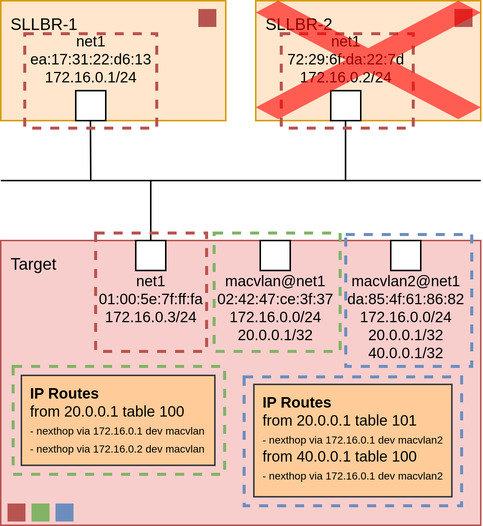
LionelJouin/meridio-2.x keeps this draw.io diagram as docs/resources/diagrams-MACVLAN-2.png. Above is the earlier version. Source tidied: cells renumbered, new cells last; positions are measured from the earlier drawing's top-left corner, leaving out a move shared by most shapes. Its diagram source:
```xml
<mxGraphModel>
  <root>
    <mxCell id="0" />
    <mxCell id="1" parent="0" />
    <mxCell id="2" value="&lt;font style=&quot;font-size: 11px&quot;&gt;SLLBR-1&lt;/font&gt;" style="rounded=0;whiteSpace=wrap;html=1;labelBackgroundColor=none;fontSize=14;align=left;fillColor=#ffe6cc;strokeColor=#d79b00;verticalAlign=top;spacingLeft=5;" parent="1" vertex="1">
      <mxGeometry width="150" height="80" as="geometry" />
    </mxCell>
    <mxCell id="3" value="net1&lt;br&gt;ea:17:31:22:d6:13&lt;br&gt;172.16.0.1/24" style="strokeColor=inherit;fillColor=inherit;gradientColor=inherit;shape=rect;points=[[0,0.5,0]];html=1;align=center;verticalAlign=bottom;labelPosition=center;verticalLabelPosition=top;labelBackgroundColor=none;fontSize=10;paart=1;spacingTop=-5;" parent="1" vertex="1">
      <mxGeometry x="50" y="60" width="20" height="20" as="geometry" />
    </mxCell>
    <mxCell id="4" value="&lt;font style=&quot;font-size: 11px&quot;&gt;Target&lt;/font&gt;" style="rounded=0;whiteSpace=wrap;html=1;labelBackgroundColor=none;fontSize=14;align=left;fillColor=#f8cecc;strokeColor=#b85450;verticalAlign=top;spacingLeft=5;" parent="1" vertex="1">
      <mxGeometry y="160" width="320" height="190" as="geometry" />
    </mxCell>
    <mxCell id="5" value="net1&lt;br&gt;01:00:5e:7f:ff:fa&lt;br&gt;172.16.0.3/24" style="strokeColor=inherit;fillColor=inherit;gradientColor=inherit;shape=rect;html=1;align=center;verticalAlign=top;labelPosition=center;verticalLabelPosition=bottom;labelBackgroundColor=none;fontSize=10;paart=1;spacingTop=-5;" parent="1" vertex="1">
      <mxGeometry x="90" y="160" width="20" height="20" as="geometry" />
    </mxCell>
    <mxCell id="6" value="macvlan@net1&lt;br&gt;02:42:47:ce:3f:37&lt;br&gt;172.16.0.0/24&lt;br&gt;20.0.0.1/32" style="strokeColor=inherit;fillColor=inherit;gradientColor=inherit;shape=rect;html=1;align=center;verticalAlign=top;labelPosition=center;verticalLabelPosition=bottom;labelBackgroundColor=none;fontSize=10;paart=1;spacingTop=-5;" parent="1" vertex="1">
      <mxGeometry x="173" y="160" width="20" height="20" as="geometry" />
    </mxCell>
    <mxCell id="7" style="endArrow=none;html=1;rounded=0;" parent="1" edge="1">
      <mxGeometry relative="1" as="geometry">
        <mxPoint y="120" as="sourcePoint" />
        <mxPoint x="320" y="120" as="targetPoint" />
      </mxGeometry>
    </mxCell>
    <mxCell id="8" style="endArrow=none;html=1;rounded=0;entryX=0.49;entryY=1.006;entryDx=0;entryDy=0;entryPerimeter=0;" parent="1" edge="1" target="3">
      <mxGeometry relative="1" as="geometry">
        <mxPoint x="60" y="120" as="sourcePoint" />
      </mxGeometry>
    </mxCell>
    <mxCell id="9" style="endArrow=none;html=1;rounded=0;entryX=0.49;entryY=1.006;entryDx=0;entryDy=0;entryPerimeter=0;" parent="1" edge="1">
      <mxGeometry relative="1" as="geometry">
        <mxPoint x="100" y="160" as="sourcePoint" />
        <mxPoint x="100" y="120" as="targetPoint" />
      </mxGeometry>
    </mxCell>
    <mxCell id="10" value="&lt;font style=&quot;font-size: 11px&quot;&gt;SLLBR-2&lt;/font&gt;" style="rounded=0;whiteSpace=wrap;html=1;labelBackgroundColor=none;fontSize=14;align=left;fillColor=#ffe6cc;strokeColor=#d79b00;verticalAlign=top;spacingLeft=5;" parent="1" vertex="1">
      <mxGeometry x="170" width="150" height="80" as="geometry" />
    </mxCell>
    <mxCell id="11" value="net1&lt;br&gt;72:29:6f:da:22:7d&lt;br&gt;172.16.0.2/24" style="strokeColor=inherit;fillColor=inherit;gradientColor=inherit;shape=rect;html=1;align=center;verticalAlign=bottom;labelPosition=center;verticalLabelPosition=top;labelBackgroundColor=none;fontSize=10;paart=1;spacingTop=-5;" parent="1" vertex="1">
      <mxGeometry x="220" y="60" width="20" height="20" as="geometry" />
    </mxCell>
    <mxCell id="12" style="endArrow=none;html=1;rounded=0;entryX=0.49;entryY=1.006;entryDx=0;entryDy=0;entryPerimeter=0;" parent="1" edge="1">
      <mxGeometry relative="1" as="geometry">
        <mxPoint x="229.9" y="120" as="sourcePoint" />
        <mxPoint x="229.9" y="80" as="targetPoint" />
      </mxGeometry>
    </mxCell>
    <mxCell id="13" style="rounded=0;whiteSpace=wrap;html=1;fillColor=none;dashed=1;strokeWidth=2;strokeColor=#82b366;" parent="1" vertex="1">
      <mxGeometry x="142.2" y="155" width="84" height="79" as="geometry" />
    </mxCell>
    <mxCell id="14" style="rounded=0;whiteSpace=wrap;html=1;fillColor=none;dashed=1;strokeWidth=2;strokeColor=#b85450;" parent="1" vertex="1">
      <mxGeometry x="63.2" y="155" width="74" height="79" as="geometry" />
    </mxCell>
    <mxCell id="15" style="rounded=0;whiteSpace=wrap;html=1;fillColor=none;dashed=1;strokeWidth=2;strokeColor=#b85450;" parent="1" vertex="1">
      <mxGeometry x="16" y="22" width="88" height="63" as="geometry" />
    </mxCell>
    <mxCell id="16" style="rounded=0;whiteSpace=wrap;html=1;fillColor=none;dashed=1;strokeWidth=2;strokeColor=#b85450;" parent="1" vertex="1">
      <mxGeometry x="187" y="22" width="88" height="63" as="geometry" />
    </mxCell>
    <mxCell id="17" value="macvlan2@net1&lt;br&gt;da:85:4f:61:86:82&lt;br&gt;172.16.0.0/24&lt;br&gt;20.0.0.1/32&lt;br&gt;40.0.0.1/32" style="strokeColor=inherit;fillColor=inherit;gradientColor=inherit;shape=rect;html=1;align=center;verticalAlign=top;labelPosition=center;verticalLabelPosition=bottom;labelBackgroundColor=none;fontSize=10;paart=1;spacingTop=-5;" parent="1" vertex="1">
      <mxGeometry x="260" y="160" width="20" height="20" as="geometry" />
    </mxCell>
    <mxCell id="18" value="&lt;span&gt;&lt;b&gt;IP Routes&lt;/b&gt;&lt;/span&gt;&lt;br style=&quot;padding: 0px ; margin: 0px&quot;&gt;from 20.0.0.1 table 101&lt;br&gt;&lt;font style=&quot;font-size: 7px;&quot;&gt;&lt;font style=&quot;font-size: 7px;&quot;&gt;- nexthop via 172.16.0.1 dev macvlan2&lt;/font&gt;&lt;br&gt;&lt;/font&gt;from 40.0.0.1 table 100&lt;br style=&quot;border-color: var(--border-color);&quot;&gt;&lt;font style=&quot;font-size: 7px;&quot;&gt;- nexthop via 172.16.0.1 dev macvlan2&lt;/font&gt;" style="rounded=0;whiteSpace=wrap;html=1;labelBackgroundColor=none;fontSize=10;align=left;spacingLeft=4;labelPosition=center;verticalLabelPosition=middle;verticalAlign=top;fillColor=#ffcc99;strokeColor=#36393d;" parent="1" vertex="1">
      <mxGeometry x="168.8" y="256" width="132" height="75" as="geometry" />
    </mxCell>
    <mxCell id="19" style="rounded=0;whiteSpace=wrap;html=1;fillColor=none;dashed=1;strokeWidth=2;strokeColor=#6c8ebf;" parent="1" vertex="1">
      <mxGeometry x="162.2" y="251" width="145" height="86" as="geometry" />
    </mxCell>
    <mxCell id="20" style="rounded=0;whiteSpace=wrap;html=1;fillColor=none;dashed=1;strokeWidth=2;strokeColor=#6c8ebf;" parent="1" vertex="1">
      <mxGeometry x="230" y="156" width="84" height="88" as="geometry" />
    </mxCell>
    <mxCell id="21" style="rounded=0;whiteSpace=wrap;html=1;fillColor=#B85450;strokeColor=#B85450;" parent="1" vertex="1">
      <mxGeometry x="5" y="336" width="11" height="11" as="geometry" />
    </mxCell>
    <mxCell id="22" style="rounded=0;whiteSpace=wrap;html=1;fillColor=#6C8EBF;strokeColor=#6c8ebf;" parent="1" vertex="1">
      <mxGeometry x="37" y="336" width="11" height="11" as="geometry" />
    </mxCell>
    <mxCell id="23" style="rounded=0;whiteSpace=wrap;html=1;fillColor=#B85450;strokeColor=#B85450;" parent="1" vertex="1">
      <mxGeometry x="132.2" y="6" width="11" height="11" as="geometry" />
    </mxCell>
    <mxCell id="24" style="rounded=0;whiteSpace=wrap;html=1;fillColor=#B85450;strokeColor=#B85450;" parent="1" vertex="1">
      <mxGeometry x="303" y="6" width="11" height="11" as="geometry" />
    </mxCell>
    <mxCell id="25" style="rounded=0;whiteSpace=wrap;html=1;fillColor=none;dashed=1;strokeWidth=2;strokeColor=#82b366;" parent="1" vertex="1">
      <mxGeometry x="8.2" y="244" width="141" height="72" as="geometry" />
    </mxCell>
    <mxCell id="26" style="rounded=0;whiteSpace=wrap;html=1;fillColor=#82B366;strokeColor=#82b366;" parent="1" vertex="1">
      <mxGeometry x="21" y="336" width="11" height="11" as="geometry" />
    </mxCell>
    <mxCell id="27" value="&lt;span&gt;&lt;b&gt;IP Routes&lt;/b&gt;&lt;/span&gt;&lt;br style=&quot;padding: 0px ; margin: 0px&quot;&gt;from 20.0.0.1 table 100&lt;br&gt;&lt;font style=&quot;font-size: 7px;&quot;&gt;- nexthop via 172.16.0.1 dev macvlan&lt;/font&gt;&lt;div&gt;&lt;font style=&quot;font-size: 7px;&quot;&gt;- nexthop via 172.16.0.2 dev macvlan&lt;/font&gt;&lt;/div&gt;" style="rounded=0;whiteSpace=wrap;html=1;labelBackgroundColor=none;fontSize=10;align=left;spacingLeft=4;labelPosition=center;verticalLabelPosition=middle;verticalAlign=top;fillColor=#ffcc99;strokeColor=#36393d;" parent="1" vertex="1">
      <mxGeometry x="13.8" y="250" width="129" height="60" as="geometry" />
    </mxCell>
    <mxCell id="28" style="shape=mxgraph.mockup.markup.redX;fillColor=#ff0000;html=1;shadow=0;whiteSpace=wrap;strokeColor=none;opacity=60;" parent="1" vertex="1">
      <mxGeometry x="170" width="150" height="79" as="geometry" />
    </mxCell>
  </root>
</mxGraphModel>
```
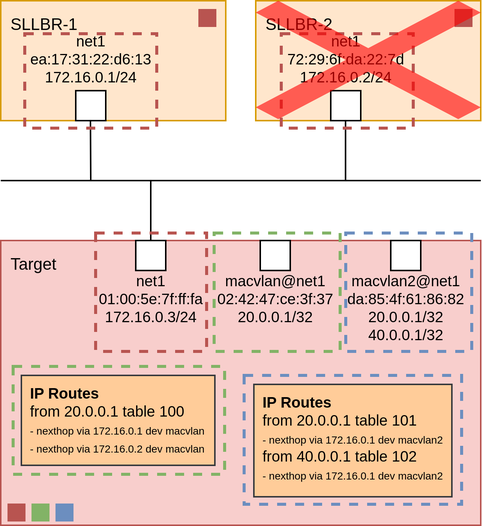
Above is the later version.

The edit, as a diff of the source:
```diff
@@ -14,7 +14,7 @@
     <mxCell id="5" value="net1&lt;br&gt;01:00:5e:7f:ff:fa&lt;br&gt;172.16.0.3/24" style="strokeColor=inherit;fillColor=inherit;gradientColor=inherit;shape=rect;html=1;align=center;verticalAlign=top;labelPosition=center;verticalLabelPosition=bottom;labelBackgroundColor=none;fontSize=10;paart=1;spacingTop=-5;" parent="1" vertex="1">
       <mxGeometry x="90" y="160" width="20" height="20" as="geometry" />
     </mxCell>
-    <mxCell id="6" value="macvlan@net1&lt;br&gt;02:42:47:ce:3f:37&lt;br&gt;172.16.0.0/24&lt;br&gt;20.0.0.1/32" style="strokeColor=inherit;fillColor=inherit;gradientColor=inherit;shape=rect;html=1;align=center;verticalAlign=top;labelPosition=center;verticalLabelPosition=bottom;labelBackgroundColor=none;fontSize=10;paart=1;spacingTop=-5;" parent="1" vertex="1">
+    <mxCell id="6" value="macvlan@net1&lt;br&gt;02:42:47:ce:3f:37&lt;br&gt;20.0.0.1/32" style="strokeColor=inherit;fillColor=inherit;gradientColor=inherit;shape=rect;html=1;align=center;verticalAlign=top;labelPosition=center;verticalLabelPosition=bottom;labelBackgroundColor=none;fontSize=10;paart=1;spacingTop=-5;" parent="1" vertex="1">
       <mxGeometry x="173" y="160" width="20" height="20" as="geometry" />
     </mxCell>
     <mxCell id="7" style="endArrow=none;html=1;rounded=0;" parent="1" edge="1">
@@ -46,9 +46,6 @@
         <mxPoint x="229.9" y="80" as="targetPoint" />
       </mxGeometry>
     </mxCell>
-    <mxCell id="13" style="rounded=0;whiteSpace=wrap;html=1;fillColor=none;dashed=1;strokeWidth=2;strokeColor=#82b366;" parent="1" vertex="1">
-      <mxGeometry x="142.2" y="155" width="84" height="79" as="geometry" />
-    </mxCell>
     <mxCell id="14" style="rounded=0;whiteSpace=wrap;html=1;fillColor=none;dashed=1;strokeWidth=2;strokeColor=#b85450;" parent="1" vertex="1">
       <mxGeometry x="63.2" y="155" width="74" height="79" as="geometry" />
     </mxCell>
@@ -58,18 +55,15 @@
     <mxCell id="16" style="rounded=0;whiteSpace=wrap;html=1;fillColor=none;dashed=1;strokeWidth=2;strokeColor=#b85450;" parent="1" vertex="1">
       <mxGeometry x="187" y="22" width="88" height="63" as="geometry" />
     </mxCell>
-    <mxCell id="17" value="macvlan2@net1&lt;br&gt;da:85:4f:61:86:82&lt;br&gt;172.16.0.0/24&lt;br&gt;20.0.0.1/32&lt;br&gt;40.0.0.1/32" style="strokeColor=inherit;fillColor=inherit;gradientColor=inherit;shape=rect;html=1;align=center;verticalAlign=top;labelPosition=center;verticalLabelPosition=bottom;labelBackgroundColor=none;fontSize=10;paart=1;spacingTop=-5;" parent="1" vertex="1">
+    <mxCell id="17" value="macvlan2@net1&lt;br&gt;da:85:4f:61:86:82&lt;br&gt;20.0.0.1/32&lt;br&gt;40.0.0.1/32" style="strokeColor=inherit;fillColor=inherit;gradientColor=inherit;shape=rect;html=1;align=center;verticalAlign=top;labelPosition=center;verticalLabelPosition=bottom;labelBackgroundColor=none;fontSize=10;paart=1;spacingTop=-5;" parent="1" vertex="1">
       <mxGeometry x="260" y="160" width="20" height="20" as="geometry" />
     </mxCell>
-    <mxCell id="18" value="&lt;span&gt;&lt;b&gt;IP Routes&lt;/b&gt;&lt;/span&gt;&lt;br style=&quot;padding: 0px ; margin: 0px&quot;&gt;from 20.0.0.1 table 101&lt;br&gt;&lt;font style=&quot;font-size: 7px;&quot;&gt;&lt;font style=&quot;font-size: 7px;&quot;&gt;- nexthop via 172.16.0.1 dev macvlan2&lt;/font&gt;&lt;br&gt;&lt;/font&gt;from 40.0.0.1 table 100&lt;br style=&quot;border-color: var(--border-color);&quot;&gt;&lt;font style=&quot;font-size: 7px;&quot;&gt;- nexthop via 172.16.0.1 dev macvlan2&lt;/font&gt;" style="rounded=0;whiteSpace=wrap;html=1;labelBackgroundColor=none;fontSize=10;align=left;spacingLeft=4;labelPosition=center;verticalLabelPosition=middle;verticalAlign=top;fillColor=#ffcc99;strokeColor=#36393d;" parent="1" vertex="1">
+    <mxCell id="18" value="&lt;span&gt;&lt;b&gt;IP Routes&lt;/b&gt;&lt;/span&gt;&lt;br style=&quot;padding: 0px ; margin: 0px&quot;&gt;from 20.0.0.1 table 101&lt;br&gt;&lt;font style=&quot;font-size: 7px;&quot;&gt;&lt;font style=&quot;font-size: 7px;&quot;&gt;- nexthop via 172.16.0.1 dev macvlan2&lt;/font&gt;&lt;br&gt;&lt;/font&gt;from 40.0.0.1 table 102&lt;br style=&quot;border-color: var(--border-color);&quot;&gt;&lt;font style=&quot;font-size: 7px;&quot;&gt;- nexthop via 172.16.0.1 dev macvlan2&lt;/font&gt;" style="rounded=0;whiteSpace=wrap;html=1;labelBackgroundColor=none;fontSize=10;align=left;spacingLeft=4;labelPosition=center;verticalLabelPosition=middle;verticalAlign=top;fillColor=#ffcc99;strokeColor=#36393d;" parent="1" vertex="1">
       <mxGeometry x="168.8" y="256" width="132" height="75" as="geometry" />
     </mxCell>
     <mxCell id="19" style="rounded=0;whiteSpace=wrap;html=1;fillColor=none;dashed=1;strokeWidth=2;strokeColor=#6c8ebf;" parent="1" vertex="1">
-      <mxGeometry x="162.2" y="251" width="145" height="86" as="geometry" />
+      <mxGeometry x="162.2" y="250" width="145" height="86" as="geometry" />
     </mxCell>
-    <mxCell id="20" style="rounded=0;whiteSpace=wrap;html=1;fillColor=none;dashed=1;strokeWidth=2;strokeColor=#6c8ebf;" parent="1" vertex="1">
-      <mxGeometry x="230" y="156" width="84" height="88" as="geometry" />
-    </mxCell>
     <mxCell id="21" style="rounded=0;whiteSpace=wrap;html=1;fillColor=#B85450;strokeColor=#B85450;" parent="1" vertex="1">
       <mxGeometry x="5" y="336" width="11" height="11" as="geometry" />
     </mxCell>
@@ -94,5 +88,11 @@
     <mxCell id="28" style="shape=mxgraph.mockup.markup.redX;fillColor=#ff0000;html=1;shadow=0;whiteSpace=wrap;strokeColor=none;opacity=60;" parent="1" vertex="1">
       <mxGeometry x="170" width="150" height="79" as="geometry" />
     </mxCell>
+    <mxCell id="13" style="rounded=0;whiteSpace=wrap;html=1;fillColor=none;dashed=1;strokeWidth=2;strokeColor=#82b366;" parent="1" vertex="1">
+      <mxGeometry x="142.2" y="155" width="84" height="79" as="geometry" />
+    </mxCell>
+    <mxCell id="20" style="rounded=0;whiteSpace=wrap;html=1;fillColor=none;dashed=1;strokeWidth=2;strokeColor=#6c8ebf;" parent="1" vertex="1">
+      <mxGeometry x="230" y="155" width="84" height="79" as="geometry" />
+    </mxCell>
   </root>
 </mxGraphModel>
```
